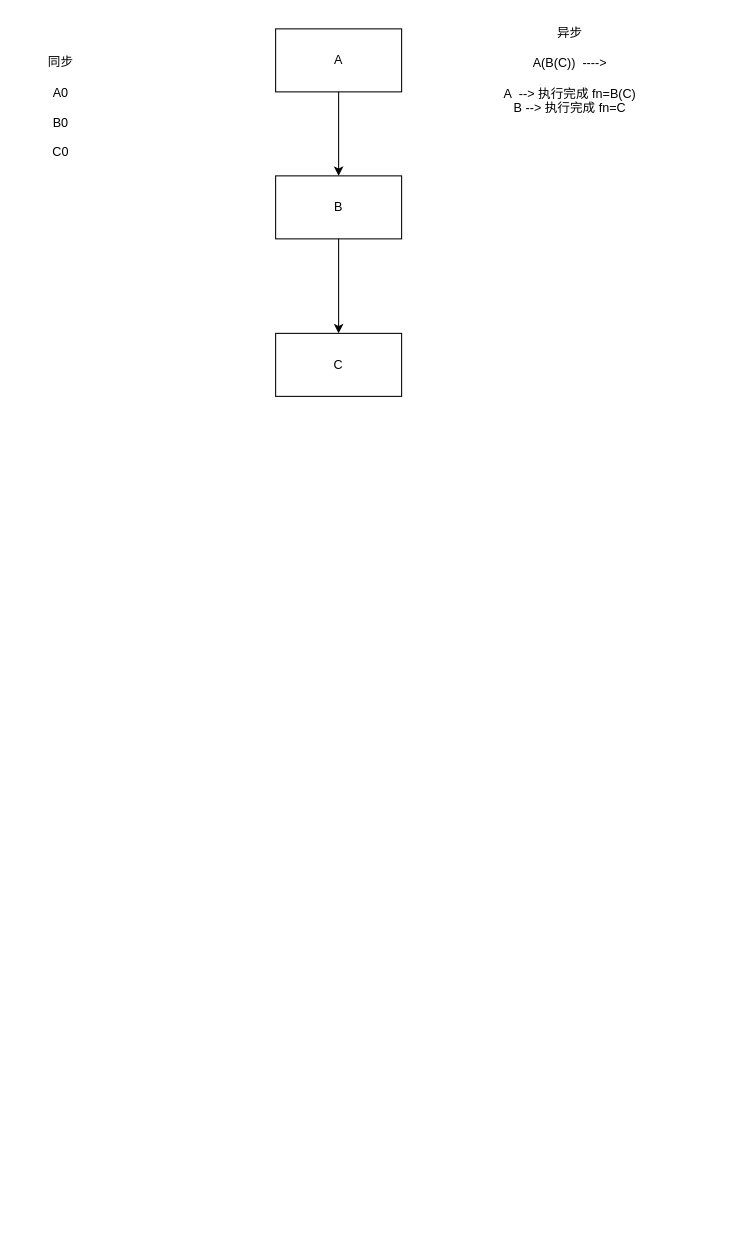
This is skills/web/javascript/async.drawio from dawson283067/go_projects, a draw.io file, before an edit. Source tidied: cells renumbered, new cells numbered last; positions are measured from the earlier drawing's top-left corner, leaving out a move shared by most shapes. Both pictures are drawn from the tidied source at 105%, with x=0, y=0 at pixel (34, 18).
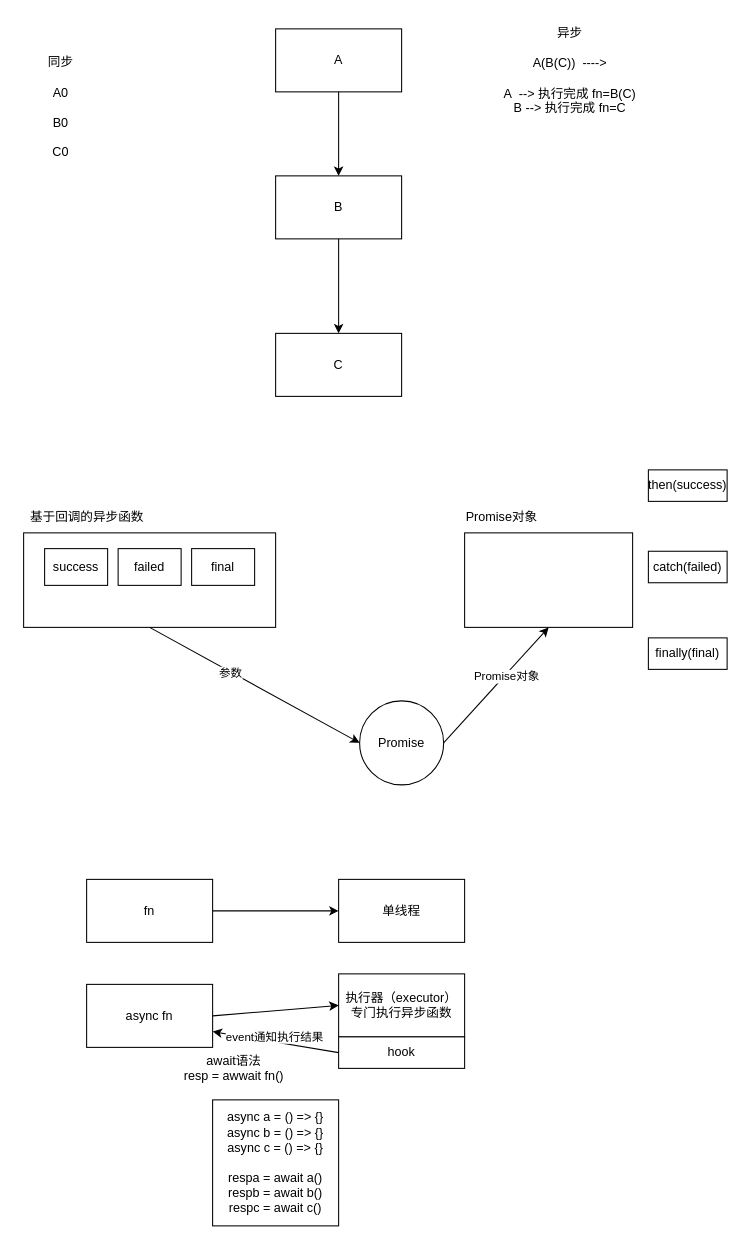
The same page after the edit.

Change to the diagram source:
```diff
@@
+    <mxCell id="9" style="rounded=0;whiteSpace=wrap;html=1;" parent="1" vertex="1">
+      <mxGeometry x="-10" y="490" width="240" height="90" as="geometry" />
+    </mxCell>
+    <mxCell id="10" value="success" style="rounded=0;whiteSpace=wrap;html=1;" parent="1" vertex="1">
+      <mxGeometry x="10" y="505" width="60" height="35" as="geometry" />
+    </mxCell>
+    <mxCell id="11" value="failed" style="rounded=0;whiteSpace=wrap;html=1;" parent="1" vertex="1">
+      <mxGeometry x="80" y="505" width="60" height="35" as="geometry" />
+    </mxCell>
+    <mxCell id="12" value="基于回调的异步函数" style="text;html=1;align=center;verticalAlign=middle;strokeColor=none;fillColor=none;" parent="1" vertex="1">
+      <mxGeometry x="-15" y="460" width="130" height="30" as="geometry" />
+    </mxCell>
+    <mxCell id="13" value="Promise" style="ellipse;whiteSpace=wrap;html=1;" parent="1" vertex="1">
+      <mxGeometry x="310" y="650" width="80" height="80" as="geometry" />
+    </mxCell>
+    <mxCell id="14" style="endArrow=classic;html=1;entryX=0;entryY=0.5;entryDx=0;entryDy=0;exitX=0.5;exitY=1;exitDx=0;exitDy=0;" parent="1" edge="1" source="9" target="13">
+      <mxGeometry relative="1" as="geometry" />
+    </mxCell>
+    <mxCell id="15" value="参数" style="edgeLabel;html=1;align=center;verticalAlign=middle;" parent="14" vertex="1">
+      <mxGeometry x="-0.23" y="-1" relative="1" as="geometry" />
+    </mxCell>
+    <mxCell id="16" style="rounded=0;whiteSpace=wrap;html=1;" parent="1" vertex="1">
+      <mxGeometry x="410" y="490" width="160" height="90" as="geometry" />
+    </mxCell>
+    <mxCell id="17" style="endArrow=classic;html=1;entryX=0.5;entryY=1;entryDx=0;entryDy=0;exitX=1;exitY=0.5;exitDx=0;exitDy=0;" parent="1" edge="1" source="13" target="16">
+      <mxGeometry relative="1" as="geometry" />
+    </mxCell>
+    <mxCell id="18" value="Promise对象" style="edgeLabel;html=1;align=center;verticalAlign=middle;" parent="17" vertex="1">
+      <mxGeometry x="0.17" y="-1" relative="1" as="geometry" />
+    </mxCell>
+    <mxCell id="19" value="Promise对象" style="text;html=1;align=center;verticalAlign=middle;strokeColor=none;fillColor=none;" parent="1" vertex="1">
+      <mxGeometry x="400" y="460" width="90" height="30" as="geometry" />
+    </mxCell>
+    <mxCell id="20" value="then(success)" style="rounded=0;whiteSpace=wrap;html=1;" parent="1" vertex="1">
+      <mxGeometry x="585" y="430" width="75" height="30" as="geometry" />
+    </mxCell>
+    <mxCell id="21" value="catch(failed)" style="rounded=0;whiteSpace=wrap;html=1;" parent="1" vertex="1">
+      <mxGeometry x="585" y="507.5" width="75" height="30" as="geometry" />
+    </mxCell>
+    <mxCell id="22" value="finally(final)" style="rounded=0;whiteSpace=wrap;html=1;" parent="1" vertex="1">
+      <mxGeometry x="585" y="590" width="75" height="30" as="geometry" />
+    </mxCell>
+    <mxCell id="23" value="final" style="rounded=0;whiteSpace=wrap;html=1;" parent="1" vertex="1">
+      <mxGeometry x="150" y="505" width="60" height="35" as="geometry" />
+    </mxCell>
+    <mxCell id="24" value="单线程" style="rounded=0;whiteSpace=wrap;html=1;" parent="1" vertex="1">
+      <mxGeometry x="290" y="820" width="120" height="60" as="geometry" />
+    </mxCell>
+    <mxCell id="25" value="执行器（executor）&lt;br&gt;专门执行异步函数" style="rounded=0;whiteSpace=wrap;html=1;" parent="1" vertex="1">
+      <mxGeometry x="290" y="910" width="120" height="60" as="geometry" />
+    </mxCell>
+    <mxCell id="26" value="fn" style="rounded=0;whiteSpace=wrap;html=1;" parent="1" vertex="1">
+      <mxGeometry x="50" y="820" width="120" height="60" as="geometry" />
+    </mxCell>
+    <mxCell id="27" value="async fn" style="rounded=0;whiteSpace=wrap;html=1;" parent="1" vertex="1">
+      <mxGeometry x="50" y="920" width="120" height="60" as="geometry" />
+    </mxCell>
+    <mxCell id="28" style="endArrow=classic;html=1;entryX=0;entryY=0.5;entryDx=0;entryDy=0;exitX=1;exitY=0.5;exitDx=0;exitDy=0;" parent="1" edge="1" source="27" target="25">
+      <mxGeometry relative="1" as="geometry" />
+    </mxCell>
+    <mxCell id="29" style="endArrow=classic;html=1;entryX=0;entryY=0.5;entryDx=0;entryDy=0;exitX=1;exitY=0.5;exitDx=0;exitDy=0;" parent="1" edge="1" source="26" target="24">
+      <mxGeometry relative="1" as="geometry" />
+    </mxCell>
+    <mxCell id="30" value="hook" style="rounded=0;whiteSpace=wrap;html=1;" parent="1" vertex="1">
+      <mxGeometry x="290" y="970" width="120" height="30" as="geometry" />
+    </mxCell>
+    <mxCell id="31" style="endArrow=classic;html=1;entryX=1;entryY=0.75;entryDx=0;entryDy=0;exitX=0;exitY=0.5;exitDx=0;exitDy=0;" parent="1" edge="1" source="30" target="27">
+      <mxGeometry relative="1" as="geometry" />
+    </mxCell>
+    <mxCell id="32" value="event通知执行结果" style="edgeLabel;html=1;align=center;verticalAlign=middle;" parent="31" vertex="1">
+      <mxGeometry x="0.36" y="1" relative="1" as="geometry">
+        <mxPoint x="21" y="-3" as="offset" />
+      </mxGeometry>
+    </mxCell>
+    <mxCell id="33" value="await语法&lt;br&gt;resp = awwait fn()" style="text;html=1;align=center;verticalAlign=middle;strokeColor=none;fillColor=none;" parent="1" vertex="1">
+      <mxGeometry x="130" y="980" width="120" height="40" as="geometry" />
+    </mxCell>
+    <mxCell id="34" value="async a = () =&amp;gt; {}&lt;br&gt;async b = () =&amp;gt; {}&lt;br&gt;async c = () =&amp;gt; {}&lt;br&gt;&lt;br&gt;respa = await a()&lt;br&gt;respb = await b()&lt;br&gt;respc = await c()" style="rounded=0;whiteSpace=wrap;html=1;" parent="1" vertex="1">
+      <mxGeometry x="170" y="1030" width="120" height="120" as="geometry" />
+    </mxCell>
```
